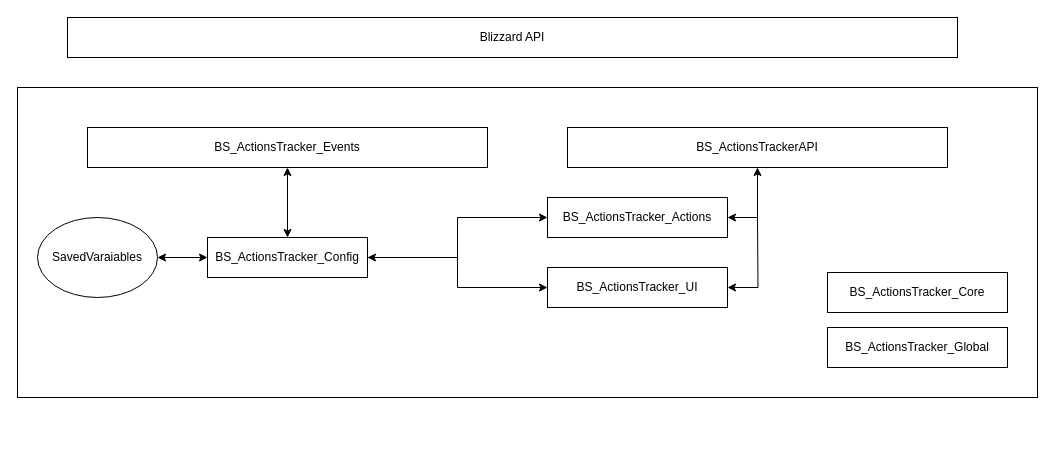
Before: BS_ActionsTracker_diagram.drawio in Beginnerstudios/Smartbars, a draw.io diagram. Source tidied: cells renumbered, new cells numbered last; positions are measured from the earlier drawing's top-left corner, leaving out a move shared by most shapes. Both pictures are drawn from the tidied source at 100%, with x=0, y=0 at pixel (17, 17).
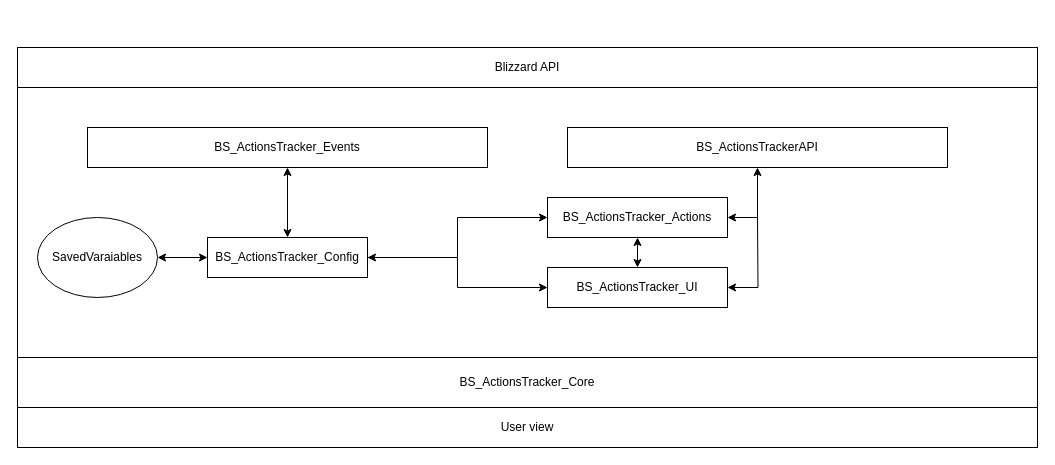
The same diagram, later.

Change to the diagram source:
```diff
@@
 <mxGraphModel>
   <root>
     <mxCell id="0" />
     <mxCell id="1" parent="0" />
     <mxCell id="2" style="rounded=0;whiteSpace=wrap;html=1;labelPosition=center;verticalLabelPosition=top;align=center;verticalAlign=bottom;spacingLeft=2;textDirection=ltr;" parent="1" vertex="1">
-      <mxGeometry y="70" width="1020" height="310" as="geometry" />
+      <mxGeometry y="70" width="1020" height="270" as="geometry" />
     </mxCell>
     <mxCell id="3" value="Blizzard API" style="rounded=0;whiteSpace=wrap;html=1;" parent="1" vertex="1">
-      <mxGeometry x="50" width="890" height="40" as="geometry" />
+      <mxGeometry y="30" width="1020" height="40" as="geometry" />
     </mxCell>
     <mxCell id="4" style="edgeStyle=orthogonalEdgeStyle;rounded=0;jettySize=auto;html=1;entryX=1;entryY=0.5;entryDx=0;entryDy=0;startArrow=classic;startFill=1;endArrow=classic;endFill=1;" parent="1" edge="1" source="5" target="7">
       <mxGeometry relative="1" as="geometry" />
     </mxCell>
     <mxCell id="5" value="BS_ActionsTrackerAPI" style="rounded=0;whiteSpace=wrap;html=1;" parent="1" vertex="1">
       <mxGeometry x="550" y="110" width="380" height="40" as="geometry" />
     </mxCell>
     <mxCell id="6" style="edgeStyle=orthogonalEdgeStyle;rounded=0;jettySize=auto;html=1;entryX=1;entryY=0.5;entryDx=0;entryDy=0;startArrow=classic;startFill=1;endArrow=none;endFill=0;" parent="1" edge="1" source="7" target="11">
       <mxGeometry relative="1" as="geometry" />
     </mxCell>
+    <mxCell id="18" style="edgeStyle=none;html=1;entryX=0.5;entryY=0;entryDx=0;entryDy=0;startArrow=classic;startFill=1;" parent="1" edge="1" source="7" target="10">
+      <mxGeometry relative="1" as="geometry" />
+    </mxCell>
     <mxCell id="7" value="BS_ActionsTracker_Actions" style="rounded=0;whiteSpace=wrap;html=1;" parent="1" vertex="1">
       <mxGeometry x="530" y="180" width="180" height="40" as="geometry" />
     </mxCell>
     <mxCell id="8" style="edgeStyle=orthogonalEdgeStyle;rounded=0;jettySize=auto;html=1;entryX=1;entryY=0.5;entryDx=0;entryDy=0;startArrow=classic;startFill=1;endArrow=classic;endFill=1;" parent="1" edge="1" source="10" target="11">
       <mxGeometry relative="1" as="geometry" />
     </mxCell>
     <mxCell id="9" style="edgeStyle=orthogonalEdgeStyle;rounded=0;jettySize=auto;html=1;startArrow=classic;startFill=1;endArrow=none;endFill=0;" parent="1" edge="1" source="10">
       <mxGeometry relative="1" as="geometry">
         <mxPoint x="740" y="200" as="targetPoint" />
       </mxGeometry>
     </mxCell>
     <mxCell id="10" value="BS_ActionsTracker_UI" style="rounded=0;whiteSpace=wrap;html=1;" parent="1" vertex="1">
       <mxGeometry x="530" y="250" width="180" height="40" as="geometry" />
     </mxCell>
     <mxCell id="11" value="BS_ActionsTracker_Config" style="rounded=0;whiteSpace=wrap;html=1;" parent="1" vertex="1">
       <mxGeometry x="190" y="220" width="160" height="40" as="geometry" />
     </mxCell>
-    <mxCell id="12" value="&lt;div&gt;BS_ActionsTracker_Global&lt;/div&gt;" style="rounded=0;whiteSpace=wrap;html=1;" parent="1" vertex="1">
-      <mxGeometry x="810" y="310" width="180" height="40" as="geometry" />
-    </mxCell>
     <mxCell id="13" style="edgeStyle=orthogonalEdgeStyle;rounded=0;jettySize=auto;html=1;startArrow=classic;startFill=1;endArrow=classic;endFill=1;" parent="1" edge="1" source="14" target="11">
       <mxGeometry relative="1" as="geometry" />
     </mxCell>
     <mxCell id="14" value="&lt;div&gt;BS_ActionsTracker_Events&lt;/div&gt;" style="rounded=0;whiteSpace=wrap;html=1;" parent="1" vertex="1">
       <mxGeometry x="70" y="110" width="400" height="40" as="geometry" />
     </mxCell>
     <mxCell id="15" style="edgeStyle=orthogonalEdgeStyle;rounded=0;jettySize=auto;html=1;entryX=0;entryY=0.5;entryDx=0;entryDy=0;startArrow=classic;startFill=1;" parent="1" edge="1" source="16" target="11">
       <mxGeometry relative="1" as="geometry" />
     </mxCell>
     <mxCell id="16" value="SavedVaraiables" style="ellipse;whiteSpace=wrap;html=1;" parent="1" vertex="1">
       <mxGeometry x="20" y="200" width="120" height="80" as="geometry" />
     </mxCell>
     <mxCell id="17" value="BS_ActionsTracker_Core" style="rounded=0;whiteSpace=wrap;html=1;" parent="1" vertex="1">
-      <mxGeometry x="810" y="255" width="180" height="40" as="geometry" />
+      <mxGeometry y="340" width="1020" height="50" as="geometry" />
     </mxCell>
+    <mxCell id="19" value="User view" style="rounded=0;whiteSpace=wrap;html=1;" parent="1" vertex="1">
+      <mxGeometry y="390" width="1020" height="40" as="geometry" />
+    </mxCell>
   </root>
 </mxGraphModel>
```
